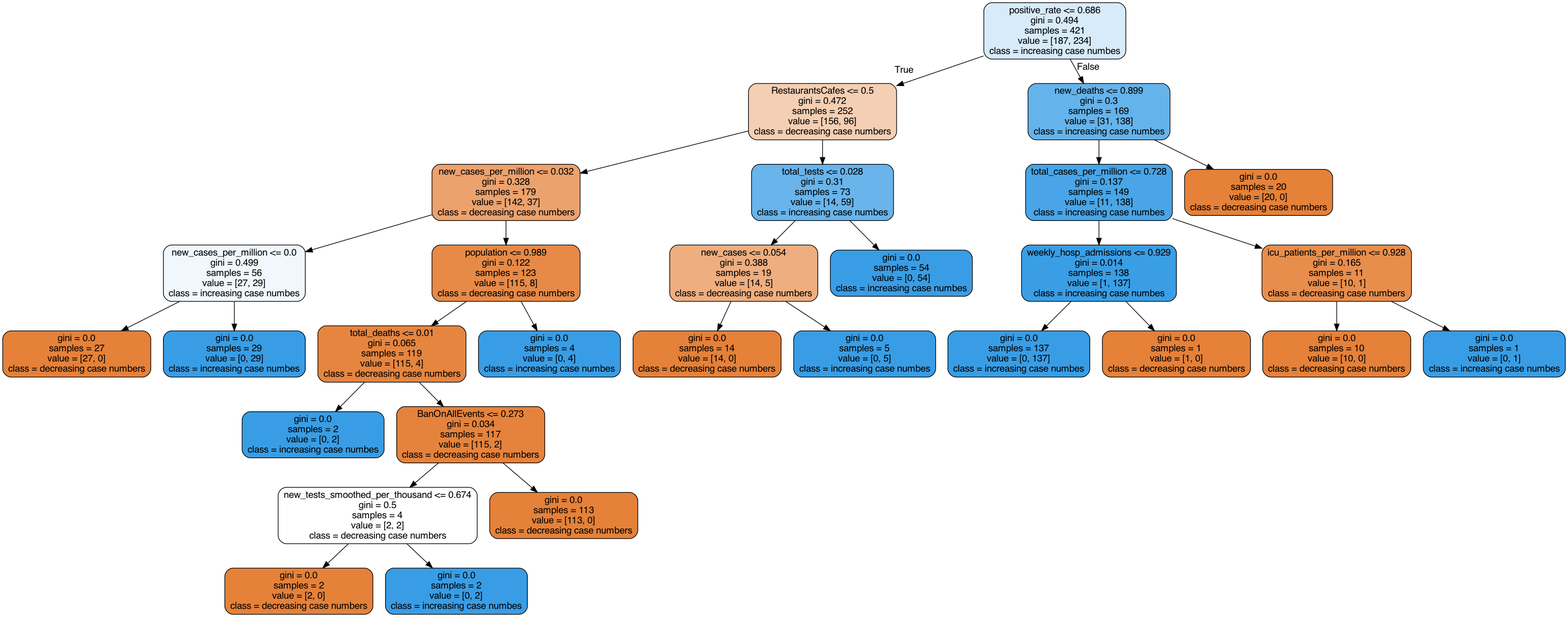
ssstef/covid-case_numbers keeps this Graphviz diagram as covid_ml/covidCasePredictions/reports/figures/Covid_tree.png. Above is the earlier version. Its source is kept beside it as covid_ml/covidCasePredictions/reports/figures/Covid_tree.dot. Its diagram source:
```dot
digraph Tree {
node [shape=box, style="filled, rounded", color="black", fontname=helvetica] ;
edge [fontname=helvetica] ;
0 [label="positive_rate <= 0.686\ngini = 0.494\nsamples = 421\nvalue = [187, 234]\nclass = increasing case numbes", fillcolor="#d7ebfa"] ;
1 [label="RestaurantsCafes <= 0.5\ngini = 0.472\nsamples = 252\nvalue = [156, 96]\nclass = decreasing case numbers", fillcolor="#f5cfb3"] ;
0 -> 1 [labeldistance=2.5, labelangle=45, headlabel="True"] ;
2 [label="new_cases_per_million <= 0.032\ngini = 0.328\nsamples = 179\nvalue = [142, 37]\nclass = decreasing case numbers", fillcolor="#eca26d"] ;
1 -> 2 ;
3 [label="new_cases_per_million <= 0.0\ngini = 0.499\nsamples = 56\nvalue = [27, 29]\nclass = increasing case numbes", fillcolor="#f1f8fd"] ;
2 -> 3 ;
4 [label="gini = 0.0\nsamples = 27\nvalue = [27, 0]\nclass = decreasing case numbers", fillcolor="#e58139"] ;
3 -> 4 ;
5 [label="gini = 0.0\nsamples = 29\nvalue = [0, 29]\nclass = increasing case numbes", fillcolor="#399de5"] ;
3 -> 5 ;
6 [label="population <= 0.989\ngini = 0.122\nsamples = 123\nvalue = [115, 8]\nclass = decreasing case numbers", fillcolor="#e78a47"] ;
2 -> 6 ;
7 [label="total_deaths <= 0.01\ngini = 0.065\nsamples = 119\nvalue = [115, 4]\nclass = decreasing case numbers", fillcolor="#e68540"] ;
6 -> 7 ;
8 [label="gini = 0.0\nsamples = 2\nvalue = [0, 2]\nclass = increasing case numbes", fillcolor="#399de5"] ;
7 -> 8 ;
9 [label="BanOnAllEvents <= 0.273\ngini = 0.034\nsamples = 117\nvalue = [115, 2]\nclass = decreasing case numbers", fillcolor="#e5833c"] ;
7 -> 9 ;
10 [label="new_tests_smoothed_per_thousand <= 0.674\ngini = 0.5\nsamples = 4\nvalue = [2, 2]\nclass = decreasing case numbers", fillcolor="#ffffff"] ;
9 -> 10 ;
11 [label="gini = 0.0\nsamples = 2\nvalue = [2, 0]\nclass = decreasing case numbers", fillcolor="#e58139"] ;
10 -> 11 ;
12 [label="gini = 0.0\nsamples = 2\nvalue = [0, 2]\nclass = increasing case numbes", fillcolor="#399de5"] ;
10 -> 12 ;
13 [label="gini = 0.0\nsamples = 113\nvalue = [113, 0]\nclass = decreasing case numbers", fillcolor="#e58139"] ;
9 -> 13 ;
14 [label="gini = 0.0\nsamples = 4\nvalue = [0, 4]\nclass = increasing case numbes", fillcolor="#399de5"] ;
6 -> 14 ;
15 [label="total_tests <= 0.028\ngini = 0.31\nsamples = 73\nvalue = [14, 59]\nclass = increasing case numbes", fillcolor="#68b4eb"] ;
1 -> 15 ;
16 [label="new_cases <= 0.054\ngini = 0.388\nsamples = 19\nvalue = [14, 5]\nclass = decreasing case numbers", fillcolor="#eeae80"] ;
15 -> 16 ;
17 [label="gini = 0.0\nsamples = 14\nvalue = [14, 0]\nclass = decreasing case numbers", fillcolor="#e58139"] ;
16 -> 17 ;
18 [label="gini = 0.0\nsamples = 5\nvalue = [0, 5]\nclass = increasing case numbes", fillcolor="#399de5"] ;
16 -> 18 ;
19 [label="gini = 0.0\nsamples = 54\nvalue = [0, 54]\nclass = increasing case numbes", fillcolor="#399de5"] ;
15 -> 19 ;
20 [label="new_deaths <= 0.899\ngini = 0.3\nsamples = 169\nvalue = [31, 138]\nclass = increasing case numbes", fillcolor="#65b3eb"] ;
0 -> 20 [labeldistance=2.5, labelangle=-45, headlabel="False"] ;
21 [label="total_cases_per_million <= 0.728\ngini = 0.137\nsamples = 149\nvalue = [11, 138]\nclass = increasing case numbes", fillcolor="#49a5e7"] ;
20 -> 21 ;
22 [label="weekly_hosp_admissions <= 0.929\ngini = 0.014\nsamples = 138\nvalue = [1, 137]\nclass = increasing case numbes", fillcolor="#3a9ee5"] ;
21 -> 22 ;
23 [label="gini = 0.0\nsamples = 137\nvalue = [0, 137]\nclass = increasing case numbes", fillcolor="#399de5"] ;
22 -> 23 ;
24 [label="gini = 0.0\nsamples = 1\nvalue = [1, 0]\nclass = decreasing case numbers", fillcolor="#e58139"] ;
22 -> 24 ;
25 [label="icu_patients_per_million <= 0.928\ngini = 0.165\nsamples = 11\nvalue = [10, 1]\nclass = decreasing case numbers", fillcolor="#e88e4d"] ;
21 -> 25 ;
26 [label="gini = 0.0\nsamples = 10\nvalue = [10, 0]\nclass = decreasing case numbers", fillcolor="#e58139"] ;
25 -> 26 ;
27 [label="gini = 0.0\nsamples = 1\nvalue = [0, 1]\nclass = increasing case numbes", fillcolor="#399de5"] ;
25 -> 27 ;
28 [label="gini = 0.0\nsamples = 20\nvalue = [20, 0]\nclass = decreasing case numbers", fillcolor="#e58139"] ;
20 -> 28 ;
}
```
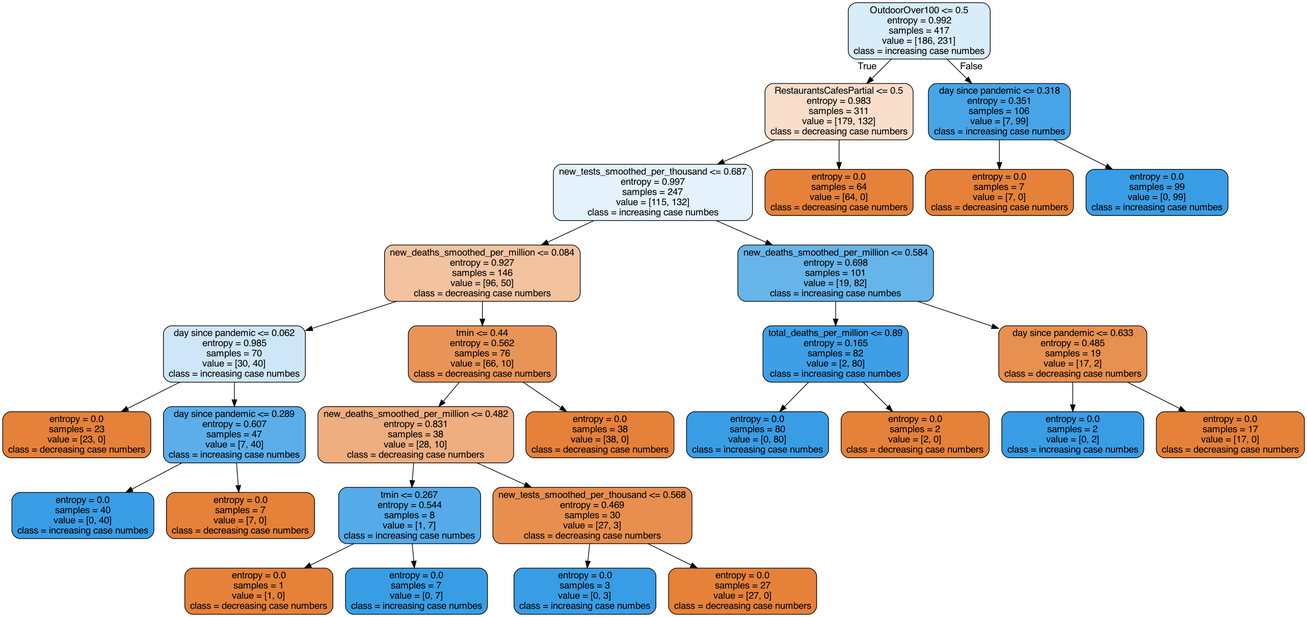
After the commit.

Commit message:
built dataset to predict binay reproduction rate for 1-5 days in the future, created confusion matrix

What changed in the source:
```diff
@@ -1,61 +1,61 @@
 digraph Tree {
 node [shape=box, style="filled, rounded", color="black", fontname=helvetica] ;
 edge [fontname=helvetica] ;
-0 [label="positive_rate <= 0.686\ngini = 0.494\nsamples = 421\nvalue = [187, 234]\nclass = increasing case numbes", fillcolor="#d7ebfa"] ;
-1 [label="RestaurantsCafes <= 0.5\ngini = 0.472\nsamples = 252\nvalue = [156, 96]\nclass = decreasing case numbers", fillcolor="#f5cfb3"] ;
+0 [label="OutdoorOver100 <= 0.5\nentropy = 0.992\nsamples = 417\nvalue = [186, 231]\nclass = increasing case numbes", fillcolor="#d8ecfa"] ;
+1 [label="RestaurantsCafesPartial <= 0.5\nentropy = 0.983\nsamples = 311\nvalue = [179, 132]\nclass = decreasing case numbers", fillcolor="#f8decb"] ;
 0 -> 1 [labeldistance=2.5, labelangle=45, headlabel="True"] ;
-2 [label="new_cases_per_million <= 0.032\ngini = 0.328\nsamples = 179\nvalue = [142, 37]\nclass = decreasing case numbers", fillcolor="#eca26d"] ;
+2 [label="new_tests_smoothed_per_thousand <= 0.687\nentropy = 0.997\nsamples = 247\nvalue = [115, 132]\nclass = increasing case numbes", fillcolor="#e5f2fc"] ;
 1 -> 2 ;
-3 [label="new_cases_per_million <= 0.0\ngini = 0.499\nsamples = 56\nvalue = [27, 29]\nclass = increasing case numbes", fillcolor="#f1f8fd"] ;
+3 [label="new_deaths_smoothed_per_million <= 0.084\nentropy = 0.927\nsamples = 146\nvalue = [96, 50]\nclass = decreasing case numbers", fillcolor="#f3c3a0"] ;
 2 -> 3 ;
-4 [label="gini = 0.0\nsamples = 27\nvalue = [27, 0]\nclass = decreasing case numbers", fillcolor="#e58139"] ;
+4 [label="day since pandemic <= 0.062\nentropy = 0.985\nsamples = 70\nvalue = [30, 40]\nclass = increasing case numbes", fillcolor="#cee6f8"] ;
 3 -> 4 ;
-5 [label="gini = 0.0\nsamples = 29\nvalue = [0, 29]\nclass = increasing case numbes", fillcolor="#399de5"] ;
-3 -> 5 ;
-6 [label="population <= 0.989\ngini = 0.122\nsamples = 123\nvalue = [115, 8]\nclass = decreasing case numbers", fillcolor="#e78a47"] ;
-2 -> 6 ;
-7 [label="total_deaths <= 0.01\ngini = 0.065\nsamples = 119\nvalue = [115, 4]\nclass = decreasing case numbers", fillcolor="#e68540"] ;
+5 [label="entropy = 0.0\nsamples = 23\nvalue = [23, 0]\nclass = decreasing case numbers", fillcolor="#e58139"] ;
+4 -> 5 ;
+6 [label="day since pandemic <= 0.289\nentropy = 0.607\nsamples = 47\nvalue = [7, 40]\nclass = increasing case numbes", fillcolor="#5caeea"] ;
+4 -> 6 ;
+7 [label="entropy = 0.0\nsamples = 40\nvalue = [0, 40]\nclass = increasing case numbes", fillcolor="#399de5"] ;
 6 -> 7 ;
-8 [label="gini = 0.0\nsamples = 2\nvalue = [0, 2]\nclass = increasing case numbes", fillcolor="#399de5"] ;
-7 -> 8 ;
-9 [label="BanOnAllEvents <= 0.273\ngini = 0.034\nsamples = 117\nvalue = [115, 2]\nclass = decreasing case numbers", fillcolor="#e5833c"] ;
-7 -> 9 ;
-10 [label="new_tests_smoothed_per_thousand <= 0.674\ngini = 0.5\nsamples = 4\nvalue = [2, 2]\nclass = decreasing case numbers", fillcolor="#ffffff"] ;
+8 [label="entropy = 0.0\nsamples = 7\nvalue = [7, 0]\nclass = decreasing case numbers", fillcolor="#e58139"] ;
+6 -> 8 ;
+9 [label="tmin <= 0.44\nentropy = 0.562\nsamples = 76\nvalue = [66, 10]\nclass = decreasing case numbers", fillcolor="#e99457"] ;
+3 -> 9 ;
+10 [label="new_deaths_smoothed_per_million <= 0.482\nentropy = 0.831\nsamples = 38\nvalue = [28, 10]\nclass = decreasing case numbers", fillcolor="#eeae80"] ;
 9 -> 10 ;
-11 [label="gini = 0.0\nsamples = 2\nvalue = [2, 0]\nclass = decreasing case numbers", fillcolor="#e58139"] ;
+11 [label="tmin <= 0.267\nentropy = 0.544\nsamples = 8\nvalue = [1, 7]\nclass = increasing case numbes", fillcolor="#55abe9"] ;
 10 -> 11 ;
-12 [label="gini = 0.0\nsamples = 2\nvalue = [0, 2]\nclass = increasing case numbes", fillcolor="#399de5"] ;
-10 -> 12 ;
-13 [label="gini = 0.0\nsamples = 113\nvalue = [113, 0]\nclass = decreasing case numbers", fillcolor="#e58139"] ;
-9 -> 13 ;
-14 [label="gini = 0.0\nsamples = 4\nvalue = [0, 4]\nclass = increasing case numbes", fillcolor="#399de5"] ;
-6 -> 14 ;
-15 [label="total_tests <= 0.028\ngini = 0.31\nsamples = 73\nvalue = [14, 59]\nclass = increasing case numbes", fillcolor="#68b4eb"] ;
-1 -> 15 ;
-16 [label="new_cases <= 0.054\ngini = 0.388\nsamples = 19\nvalue = [14, 5]\nclass = decreasing case numbers", fillcolor="#eeae80"] ;
-15 -> 16 ;
-17 [label="gini = 0.0\nsamples = 14\nvalue = [14, 0]\nclass = decreasing case numbers", fillcolor="#e58139"] ;
-16 -> 17 ;
-18 [label="gini = 0.0\nsamples = 5\nvalue = [0, 5]\nclass = increasing case numbes", fillcolor="#399de5"] ;
-16 -> 18 ;
-19 [label="gini = 0.0\nsamples = 54\nvalue = [0, 54]\nclass = increasing case numbes", fillcolor="#399de5"] ;
-15 -> 19 ;
-20 [label="new_deaths <= 0.899\ngini = 0.3\nsamples = 169\nvalue = [31, 138]\nclass = increasing case numbes", fillcolor="#65b3eb"] ;
-0 -> 20 [labeldistance=2.5, labelangle=-45, headlabel="False"] ;
-21 [label="total_cases_per_million <= 0.728\ngini = 0.137\nsamples = 149\nvalue = [11, 138]\nclass = increasing case numbes", fillcolor="#49a5e7"] ;
-20 -> 21 ;
-22 [label="weekly_hosp_admissions <= 0.929\ngini = 0.014\nsamples = 138\nvalue = [1, 137]\nclass = increasing case numbes", fillcolor="#3a9ee5"] ;
-21 -> 22 ;
-23 [label="gini = 0.0\nsamples = 137\nvalue = [0, 137]\nclass = increasing case numbes", fillcolor="#399de5"] ;
+12 [label="entropy = 0.0\nsamples = 1\nvalue = [1, 0]\nclass = decreasing case numbers", fillcolor="#e58139"] ;
+11 -> 12 ;
+13 [label="entropy = 0.0\nsamples = 7\nvalue = [0, 7]\nclass = increasing case numbes", fillcolor="#399de5"] ;
+11 -> 13 ;
+14 [label="new_tests_smoothed_per_thousand <= 0.568\nentropy = 0.469\nsamples = 30\nvalue = [27, 3]\nclass = decreasing case numbers", fillcolor="#e88f4f"] ;
+10 -> 14 ;
+15 [label="entropy = 0.0\nsamples = 3\nvalue = [0, 3]\nclass = increasing case numbes", fillcolor="#399de5"] ;
+14 -> 15 ;
+16 [label="entropy = 0.0\nsamples = 27\nvalue = [27, 0]\nclass = decreasing case numbers", fillcolor="#e58139"] ;
+14 -> 16 ;
+17 [label="entropy = 0.0\nsamples = 38\nvalue = [38, 0]\nclass = decreasing case numbers", fillcolor="#e58139"] ;
+9 -> 17 ;
+18 [label="new_deaths_smoothed_per_million <= 0.584\nentropy = 0.698\nsamples = 101\nvalue = [19, 82]\nclass = increasing case numbes", fillcolor="#67b4eb"] ;
+2 -> 18 ;
+19 [label="total_deaths_per_million <= 0.89\nentropy = 0.165\nsamples = 82\nvalue = [2, 80]\nclass = increasing case numbes", fillcolor="#3e9fe6"] ;
+18 -> 19 ;
+20 [label="entropy = 0.0\nsamples = 80\nvalue = [0, 80]\nclass = increasing case numbes", fillcolor="#399de5"] ;
+19 -> 20 ;
+21 [label="entropy = 0.0\nsamples = 2\nvalue = [2, 0]\nclass = decreasing case numbers", fillcolor="#e58139"] ;
+19 -> 21 ;
+22 [label="day since pandemic <= 0.633\nentropy = 0.485\nsamples = 19\nvalue = [17, 2]\nclass = decreasing case numbers", fillcolor="#e89050"] ;
+18 -> 22 ;
+23 [label="entropy = 0.0\nsamples = 2\nvalue = [0, 2]\nclass = increasing case numbes", fillcolor="#399de5"] ;
 22 -> 23 ;
-24 [label="gini = 0.0\nsamples = 1\nvalue = [1, 0]\nclass = decreasing case numbers", fillcolor="#e58139"] ;
+24 [label="entropy = 0.0\nsamples = 17\nvalue = [17, 0]\nclass = decreasing case numbers", fillcolor="#e58139"] ;
 22 -> 24 ;
-25 [label="icu_patients_per_million <= 0.928\ngini = 0.165\nsamples = 11\nvalue = [10, 1]\nclass = decreasing case numbers", fillcolor="#e88e4d"] ;
-21 -> 25 ;
-26 [label="gini = 0.0\nsamples = 10\nvalue = [10, 0]\nclass = decreasing case numbers", fillcolor="#e58139"] ;
-25 -> 26 ;
-27 [label="gini = 0.0\nsamples = 1\nvalue = [0, 1]\nclass = increasing case numbes", fillcolor="#399de5"] ;
-25 -> 27 ;
-28 [label="gini = 0.0\nsamples = 20\nvalue = [20, 0]\nclass = decreasing case numbers", fillcolor="#e58139"] ;
-20 -> 28 ;
+25 [label="entropy = 0.0\nsamples = 64\nvalue = [64, 0]\nclass = decreasing case numbers", fillcolor="#e58139"] ;
+1 -> 25 ;
+26 [label="day since pandemic <= 0.318\nentropy = 0.351\nsamples = 106\nvalue = [7, 99]\nclass = increasing case numbes", fillcolor="#47a4e7"] ;
+0 -> 26 [labeldistance=2.5, labelangle=-45, headlabel="False"] ;
+27 [label="entropy = 0.0\nsamples = 7\nvalue = [7, 0]\nclass = decreasing case numbers", fillcolor="#e58139"] ;
+26 -> 27 ;
+28 [label="entropy = 0.0\nsamples = 99\nvalue = [0, 99]\nclass = increasing case numbes", fillcolor="#399de5"] ;
+26 -> 28 ;
 }
```
